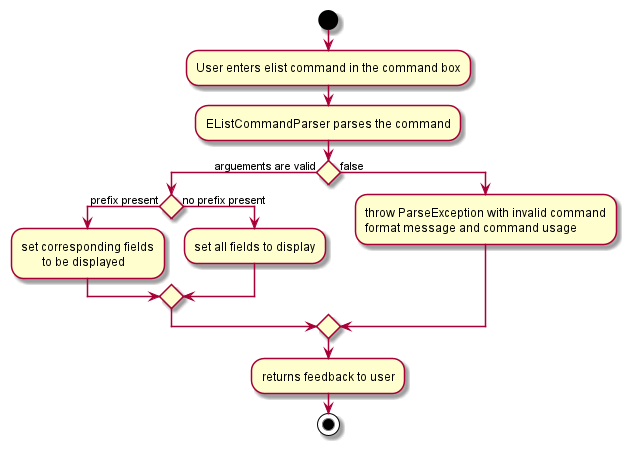
xiangjunn/tp keeps this PlantUML diagram as docs/images/EListActivityDiagram.png. Above is the earlier version.
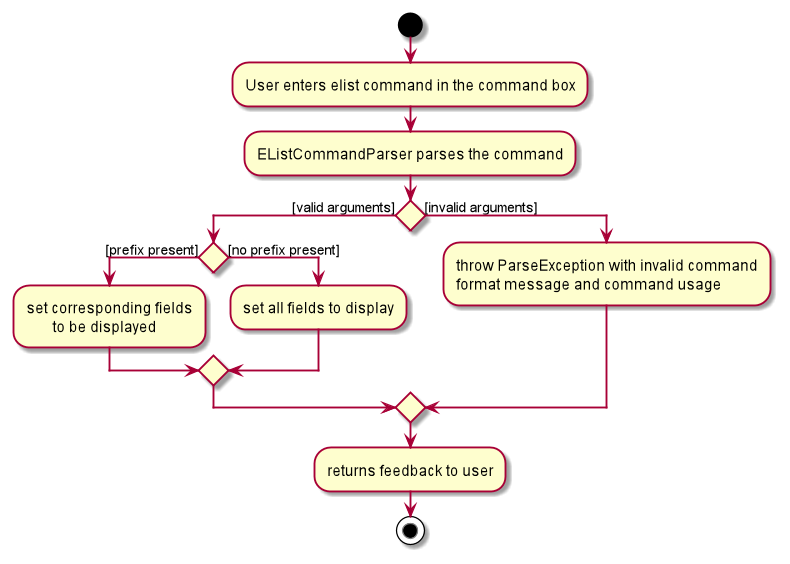
After the commit.

What changed in the source:
```diff
@@ -3,17 +3,17 @@
 start
 :User enters elist command in the command box;
 :EListCommandParser parses the command;
-if () then (arguements are valid)
+if () then ([valid arguments])
 
-  if () then (prefix present)
+  if () then ([prefix present])
     :set corresponding fields
            to be displayed;
 
-  else (no prefix present)
+  else ([no prefix present])
   :set all fields to display;
   endif
 
-else (false)
+else ([invalid arguments])
 :throw ParseException with invalid command
 format message and command usage;
 endif
```
